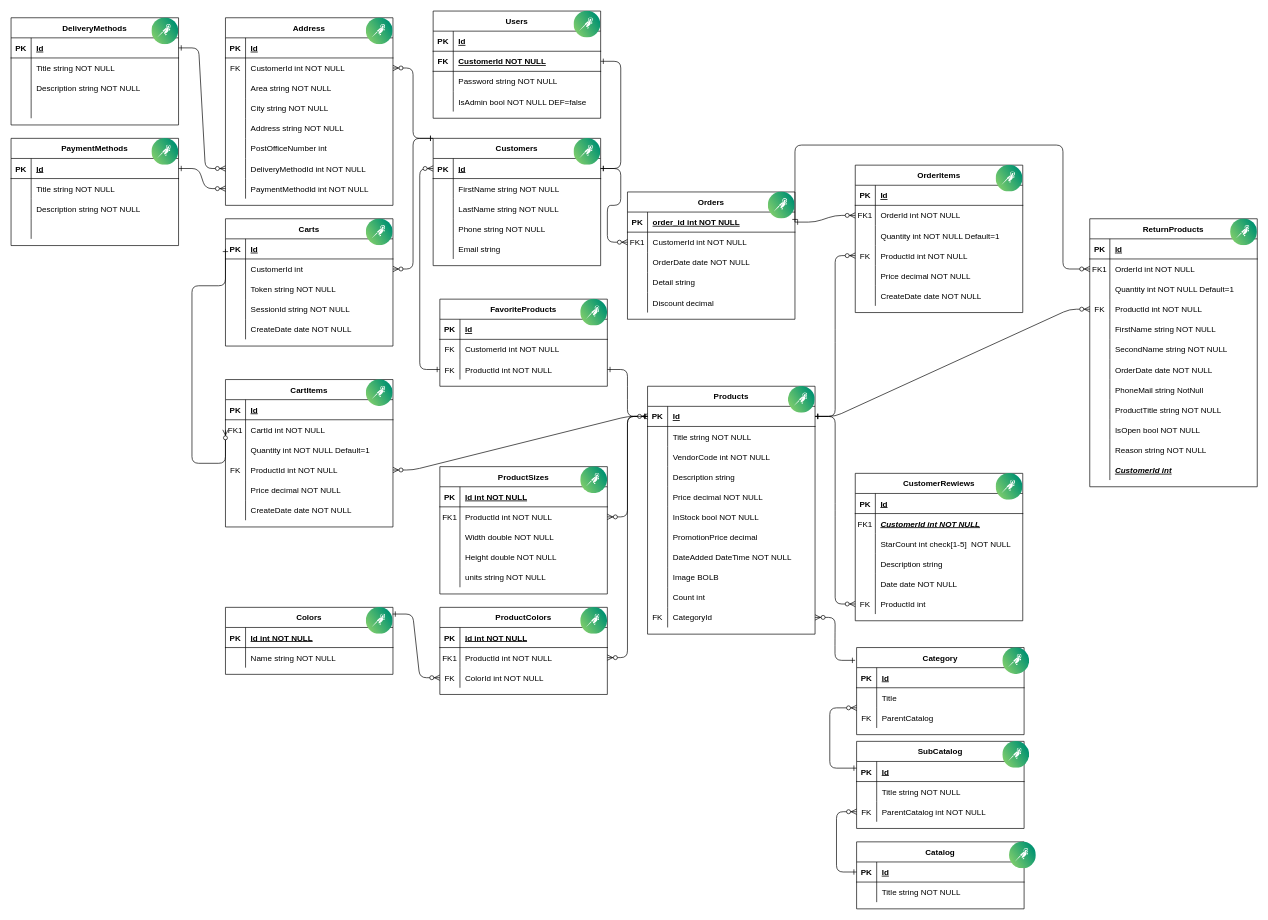
Earlier version of the draw.io diagram OpencartShop/Domain/DataBaseStruct.drawio (maxpe3447/OpencartShop). Source tidied: cells renumbered, new cells numbered last; positions are measured from the earlier drawing's top-left corner, leaving out a move shared by most shapes. Both pictures are drawn from the tidied source at 67%, with x=0, y=0 at pixel (11, 11).
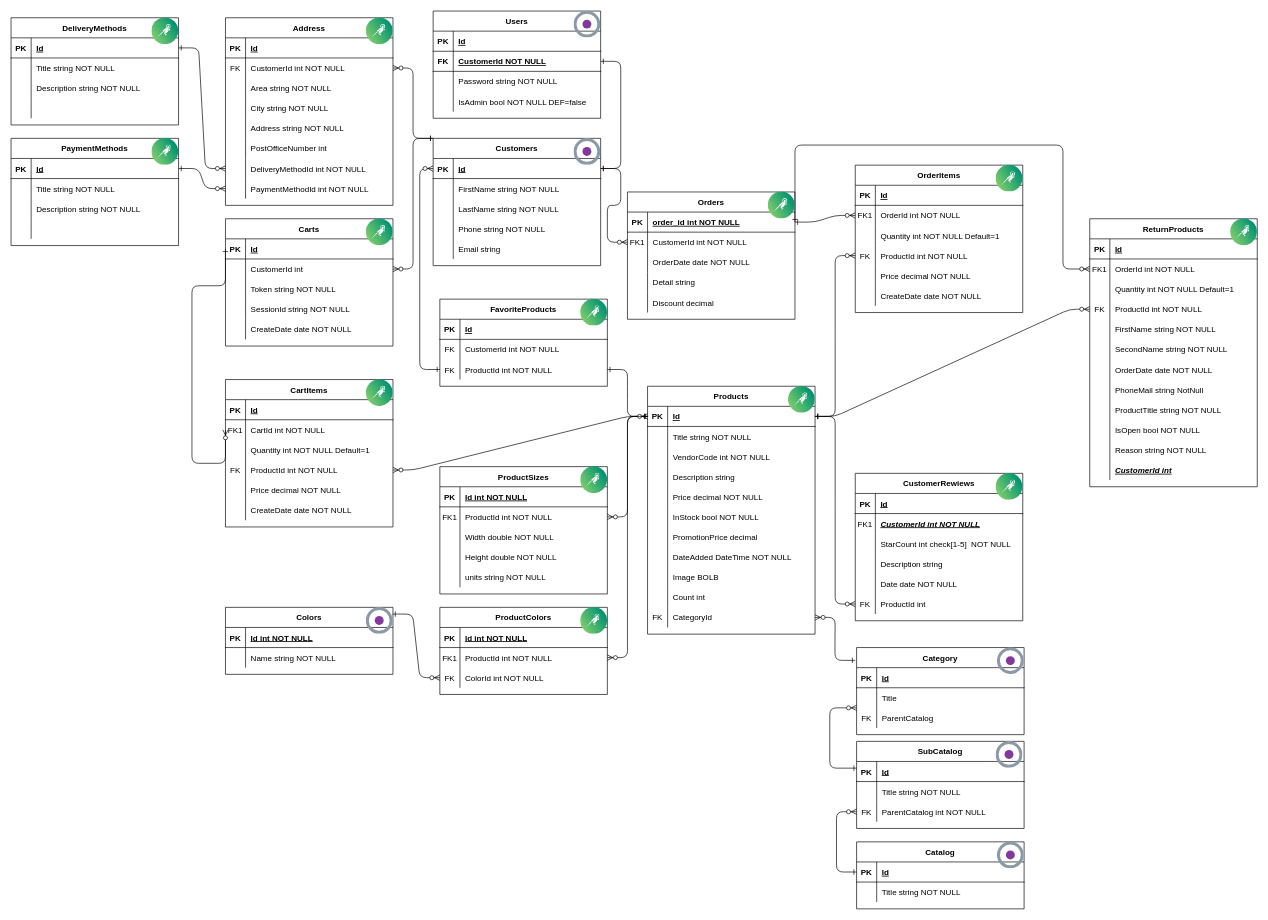
After the change.

What changed in the source:
```diff
@@
-    <mxCell id="333" style="image;perimeter=ellipsePerimeter;html=1;align=center;fontSize=12;verticalAlign=top;fontColor=#364149;shadow=0;dashed=0;image=img/lib/cumulus/cumulus_linux_icon.svg;" parent="1" vertex="1">
-      <mxGeometry x="1490" y="1240" width="40" height="40" as="geometry" />
-    </mxCell>
-    <mxCell id="334" style="image;perimeter=ellipsePerimeter;html=1;align=center;fontSize=12;verticalAlign=top;fontColor=#364149;shadow=0;dashed=0;image=img/lib/cumulus/cumulus_linux_icon.svg;" parent="1" vertex="1">
-      <mxGeometry x="1480" y="1090" width="40" height="40" as="geometry" />
-    </mxCell>
-    <mxCell id="335" style="image;perimeter=ellipsePerimeter;html=1;align=center;fontSize=12;verticalAlign=top;fontColor=#364149;shadow=0;dashed=0;image=img/lib/cumulus/cumulus_linux_icon.svg;" parent="1" vertex="1">
-      <mxGeometry x="1480" y="950" width="40" height="40" as="geometry" />
-    </mxCell>
@@
-    <mxCell id="337" style="image;perimeter=ellipsePerimeter;html=1;align=center;fontSize=12;verticalAlign=top;fontColor=#364149;shadow=0;dashed=0;image=img/lib/cumulus/cumulus_linux_icon.svg;" parent="1" vertex="1">
-      <mxGeometry x="530" y="890" width="40" height="40" as="geometry" />
-    </mxCell>
@@
-    <mxCell id="342" style="image;perimeter=ellipsePerimeter;html=1;align=center;fontSize=12;verticalAlign=top;fontColor=#364149;shadow=0;dashed=0;image=img/lib/cumulus/cumulus_linux_icon.svg;" parent="1" vertex="1">
-      <mxGeometry x="840" y="190" width="40" height="40" as="geometry" />
-    </mxCell>
-    <mxCell id="343" style="image;perimeter=ellipsePerimeter;html=1;align=center;fontSize=12;verticalAlign=top;fontColor=#364149;shadow=0;dashed=0;image=img/lib/cumulus/cumulus_linux_icon.svg;" parent="1" vertex="1">
-      <mxGeometry x="840" width="40" height="40" as="geometry" />
-    </mxCell>
@@
+    <mxCell id="352" style="image;perimeter=ellipsePerimeter;html=1;align=center;fontSize=12;verticalAlign=top;fontColor=#364149;shadow=0;dashed=0;image=img/lib/cumulus/netq_agent.svg;" parent="1" vertex="1">
+      <mxGeometry x="1472" y="1240" width="40" height="40" as="geometry" />
+    </mxCell>
+    <mxCell id="353" style="image;perimeter=ellipsePerimeter;html=1;align=center;fontSize=12;verticalAlign=top;fontColor=#364149;shadow=0;dashed=0;image=img/lib/cumulus/netq_agent.svg;" parent="1" vertex="1">
+      <mxGeometry x="1470" y="1090" width="40" height="40" as="geometry" />
+    </mxCell>
+    <mxCell id="354" style="image;perimeter=ellipsePerimeter;html=1;align=center;fontSize=12;verticalAlign=top;fontColor=#364149;shadow=0;dashed=0;image=img/lib/cumulus/netq_agent.svg;" parent="1" vertex="1">
+      <mxGeometry x="1472" y="950" width="40" height="40" as="geometry" />
+    </mxCell>
+    <mxCell id="355" style="image;perimeter=ellipsePerimeter;html=1;align=center;fontSize=12;verticalAlign=top;fontColor=#364149;shadow=0;dashed=0;image=img/lib/cumulus/netq_agent.svg;" parent="1" vertex="1">
+      <mxGeometry x="530" y="890" width="40" height="40" as="geometry" />
+    </mxCell>
+    <mxCell id="356" style="image;perimeter=ellipsePerimeter;html=1;align=center;fontSize=12;verticalAlign=top;fontColor=#364149;shadow=0;dashed=0;image=img/lib/cumulus/netq_agent.svg;" parent="1" vertex="1">
+      <mxGeometry x="840" width="40" height="40" as="geometry" />
+    </mxCell>
+    <mxCell id="357" style="image;perimeter=ellipsePerimeter;html=1;align=center;fontSize=12;verticalAlign=top;fontColor=#364149;shadow=0;dashed=0;image=img/lib/cumulus/netq_agent.svg;" parent="1" vertex="1">
+      <mxGeometry x="840" y="190" width="40" height="40" as="geometry" />
+    </mxCell>
```
